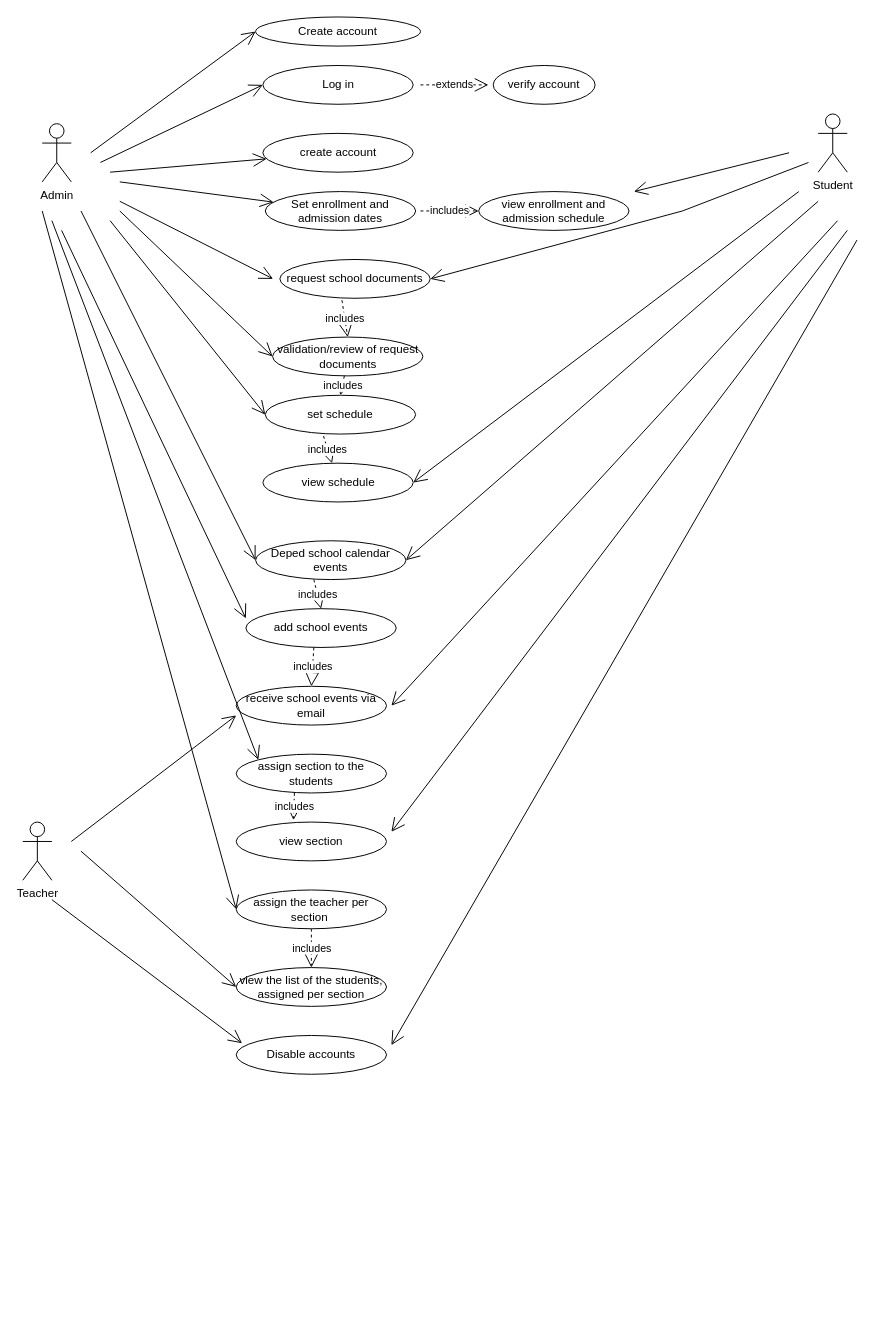
Earlier version of the draw.io diagram Untitled Diagram.drawio (marcossriza/django). Source tidied: cells renumbered, new cells numbered last; positions are measured from the earlier drawing's top-left corner, leaving out a move shared by most shapes. Both pictures are drawn from the tidied source at 97%, with x=0, y=0 at pixel (22, 16).
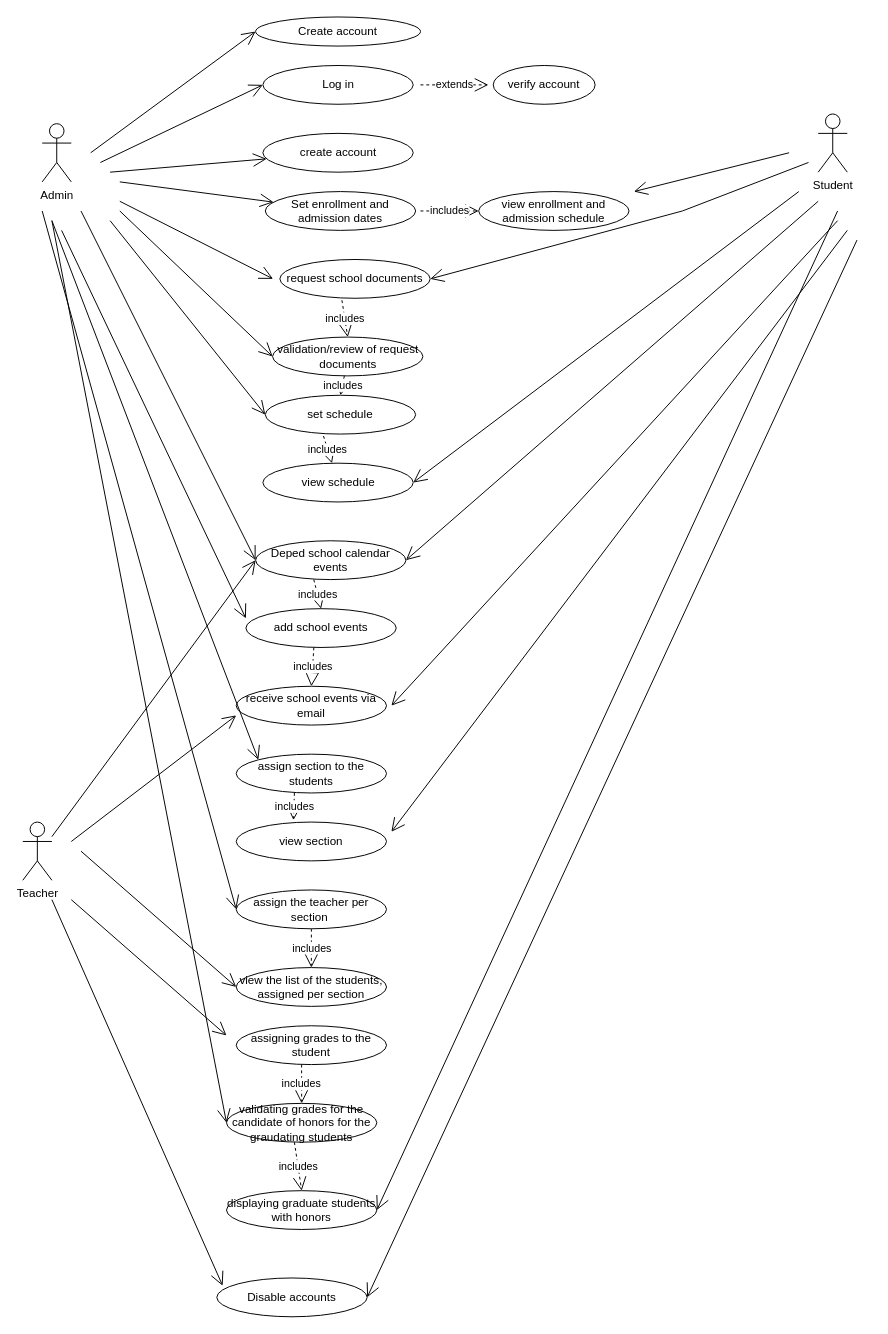
The same diagram, later.

The edit, as a diff of the source:
```diff
@@
     <mxCell id="37" value="Disable accounts" style="ellipse;whiteSpace=wrap;html=1;" parent="1" vertex="1">
-      <mxGeometry x="220" y="1050" width="155" height="40" as="geometry" />
+      <mxGeometry x="200" y="1300" width="155" height="40" as="geometry" />
     </mxCell>
@@
-    <mxCell id="52" style="endArrow=open;endFill=1;endSize=12;html=1;rounded=0;" parent="1" edge="1">
+    <mxCell id="52" style="endArrow=open;endFill=1;endSize=12;html=1;rounded=0;entryX=1;entryY=0.5;entryDx=0;entryDy=0;" parent="1" edge="1" target="37">
       <mxGeometry relative="1" as="geometry">
         <mxPoint x="860" y="230" as="sourcePoint" />
-        <mxPoint x="380" y="1060" as="targetPoint" />
       </mxGeometry>
     </mxCell>
+    <mxCell id="53" style="endArrow=open;endFill=1;endSize=12;html=1;rounded=0;" parent="1" edge="1">
+      <mxGeometry relative="1" as="geometry">
+        <mxPoint x="30" y="845" as="sourcePoint" />
+        <mxPoint x="240" y="560" as="targetPoint" />
+      </mxGeometry>
+    </mxCell>
+    <mxCell id="54" value="assigning grades to the student" style="ellipse;whiteSpace=wrap;html=1;" parent="1" vertex="1">
+      <mxGeometry x="220" y="1040" width="155" height="40" as="geometry" />
+    </mxCell>
+    <mxCell id="55" value="validating grades for the candidate of honors for the graudating students" style="ellipse;whiteSpace=wrap;html=1;" parent="1" vertex="1">
+      <mxGeometry x="210" y="1120" width="155" height="40" as="geometry" />
+    </mxCell>
+    <mxCell id="56" value="displaying graduate students with honors" style="ellipse;whiteSpace=wrap;html=1;" parent="1" vertex="1">
+      <mxGeometry x="210" y="1210" width="155" height="40" as="geometry" />
+    </mxCell>
+    <mxCell id="57" style="endArrow=open;endFill=1;endSize=12;html=1;rounded=0;entryX=0;entryY=0.5;entryDx=0;entryDy=0;" parent="1" edge="1">
+      <mxGeometry relative="1" as="geometry">
+        <mxPoint x="50" y="910" as="sourcePoint" />
+        <mxPoint x="210" y="1050" as="targetPoint" />
+      </mxGeometry>
+    </mxCell>
+    <mxCell id="58" value="includes" style="endArrow=open;endSize=12;dashed=1;html=1;rounded=0;entryX=0.5;entryY=0;entryDx=0;entryDy=0;exitX=0.435;exitY=1;exitDx=0;exitDy=0;exitPerimeter=0;" parent="1" edge="1" source="54" target="55">
+      <mxGeometry relative="1" as="geometry" />
+    </mxCell>
+    <mxCell id="59" value="includes" style="endArrow=open;endSize=12;dashed=1;html=1;rounded=0;entryX=0.5;entryY=0;entryDx=0;entryDy=0;" parent="1" edge="1" target="56">
+      <mxGeometry relative="1" as="geometry">
+        <mxPoint x="280" y="1160" as="sourcePoint" />
+      </mxGeometry>
+    </mxCell>
+    <mxCell id="60" style="endArrow=open;endFill=1;endSize=12;html=1;rounded=0;entryX=1;entryY=0.5;entryDx=0;entryDy=0;" parent="1" edge="1" target="56">
+      <mxGeometry relative="1" as="geometry">
+        <mxPoint x="840" y="200" as="sourcePoint" />
+      </mxGeometry>
+    </mxCell>
+    <mxCell id="61" style="endArrow=open;endFill=1;endSize=12;html=1;rounded=0;entryX=0;entryY=0.5;entryDx=0;entryDy=0;" parent="1" edge="1" target="55">
+      <mxGeometry relative="1" as="geometry">
+        <mxPoint x="30" y="210" as="sourcePoint" />
+      </mxGeometry>
+    </mxCell>
```
